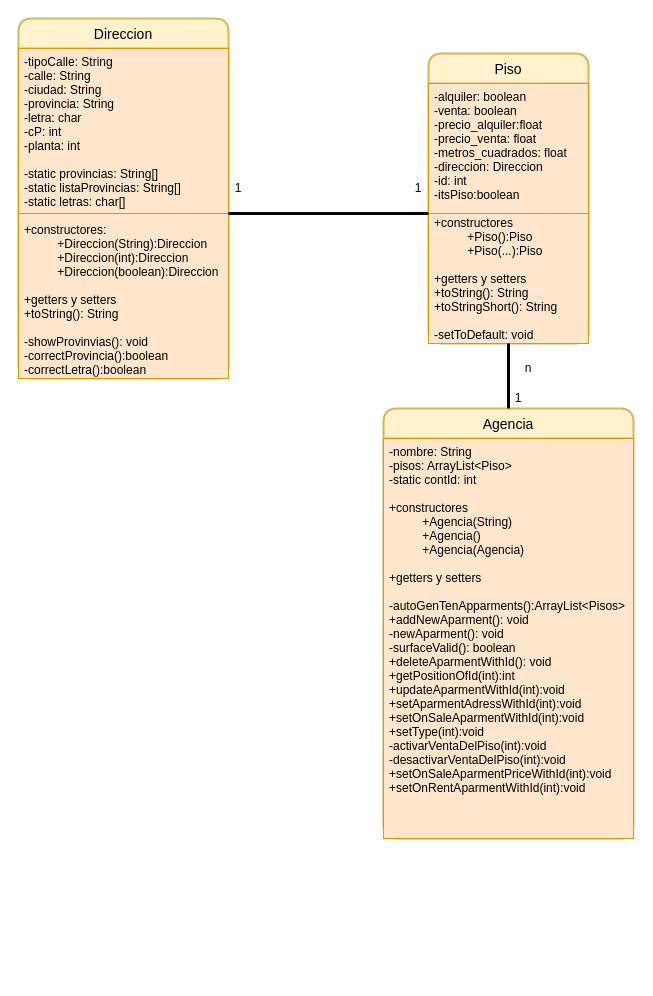
Before: PRO/pisos_picados/diagrama.drawio in AntonioCrespo2605/1DAM, a draw.io diagram. Source tidied: cells renumbered, new cells numbered last; positions are measured from the earlier drawing's top-left corner, leaving out a move shared by most shapes. Both pictures are drawn from the tidied source at 100%, with x=0, y=0 at pixel (18, 18).
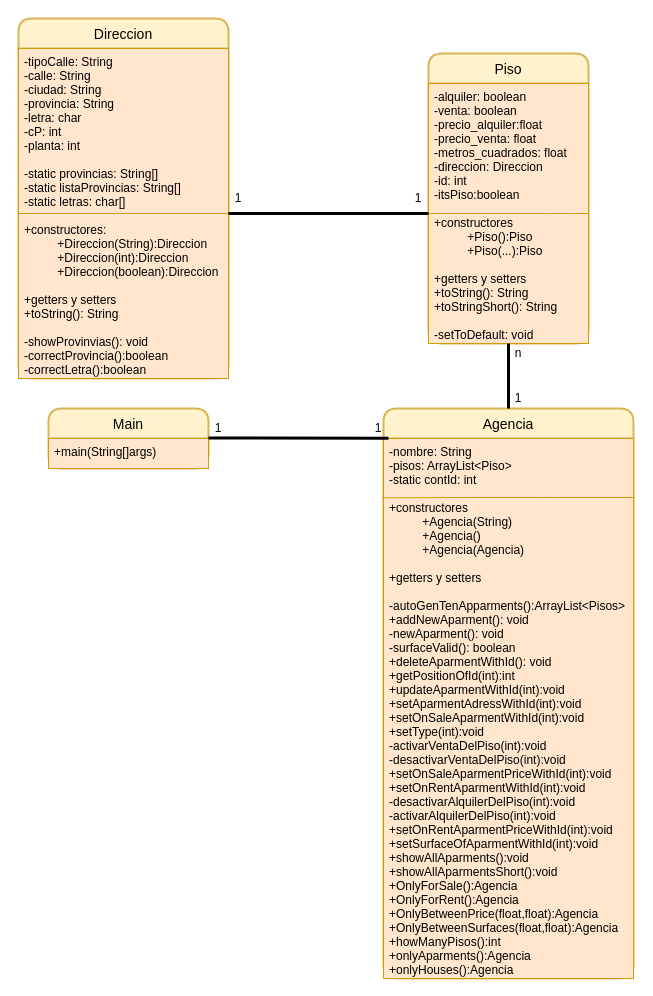
Above is the later version.

Diff of the diagram source:
```diff
@@
     <mxCell id="9" value="1" style="text;html=1;strokeColor=none;fillColor=none;align=center;verticalAlign=middle;whiteSpace=wrap;rounded=0;" parent="1" vertex="1">
-      <mxGeometry x="380" y="160" width="40" height="20" as="geometry" />
+      <mxGeometry x="380" y="170" width="40" height="20" as="geometry" />
     </mxCell>
     <mxCell id="10" value="Agencia" style="swimlane;horizontal=1;startSize=30;rounded=1;fontSize=14;fontStyle=0;strokeWidth=2;shadow=0;dashed=0;align=center;fillColor=#fff2cc;strokeColor=#d6b656;" parent="1" vertex="1">
-      <mxGeometry x="365" y="390" width="250" height="430" as="geometry" />
+      <mxGeometry x="365" y="390" width="250" height="570" as="geometry" />
     </mxCell>
+    <mxCell id="18" style="endArrow=none;html=1;exitX=0;exitY=0.5;exitDx=0;exitDy=0;fillColor=#ffe6cc;strokeColor=#d79b00;" parent="10" edge="1">
+      <mxGeometry relative="1" as="geometry">
+        <mxPoint y="90" as="sourcePoint" />
+        <mxPoint x="205" y="90" as="targetPoint" />
+      </mxGeometry>
+    </mxCell>
-    <mxCell id="11" value="-nombre: String&#10;-pisos: ArrayList&lt;Piso&gt;&#10;-static contId: int&#10;&#10;+constructores&#10;          +Agencia(String)&#10;          +Agencia()&#10;          +Agencia(Agencia)&#10;&#10;+getters y setters&#10;&#10;-autoGenTenApparments():ArrayList&lt;Pisos&gt;&#10;+addNewAparment(): void&#10;-newAparment(): void&#10;-surfaceValid(): boolean&#10;+deleteAparmentWithId(): void&#10;+getPositionOfId(int):int&#10;+updateAparmentWithId(int):void&#10;+setAparmentAdressWithId(int):void&#10;+setOnSaleAparmentWithId(int):void&#10;+setType(int):void&#10;-activarVentaDelPiso(int):void&#10;-desactivarVentaDelPiso(int):void&#10;+setOnSaleAparmentPriceWithId(int):void&#10;+setOnRentAparmentWithId(int):void&#10;&#10;" style="align=left;strokeColor=#d79b00;fillColor=#ffe6cc;spacingLeft=4;fontSize=12;verticalAlign=top;" parent="10" vertex="1">
-      <mxGeometry y="30" width="250" height="400" as="geometry" />
+    <mxCell id="11" value="-nombre: String&#10;-pisos: ArrayList&lt;Piso&gt;&#10;-static contId: int&#10;&#10;+constructores&#10;          +Agencia(String)&#10;          +Agencia()&#10;          +Agencia(Agencia)&#10;&#10;+getters y setters&#10;&#10;-autoGenTenApparments():ArrayList&lt;Pisos&gt;&#10;+addNewAparment(): void&#10;-newAparment(): void&#10;-surfaceValid(): boolean&#10;+deleteAparmentWithId(): void&#10;+getPositionOfId(int):int&#10;+updateAparmentWithId(int):void&#10;+setAparmentAdressWithId(int):void&#10;+setOnSaleAparmentWithId(int):void&#10;+setType(int):void&#10;-activarVentaDelPiso(int):void&#10;-desactivarVentaDelPiso(int):void&#10;+setOnSaleAparmentPriceWithId(int):void&#10;+setOnRentAparmentWithId(int):void&#10;-desactivarAlquilerDelPiso(int):void&#10;-activarAlquilerDelPiso(int):void&#10;+setOnRentAparmentPriceWithId(int):void&#10;+setSurfaceOfAparmentWithId(int):void&#10;+showAllAparments():void&#10;+showAllAparmentsShort():void&#10;+OnlyForSale():Agencia&#10;+OnlyForRent():Agencia&#10;+OnlyBetweenPrice(float,float):Agencia&#10;+OnlyBetweenSurfaces(float,float):Agencia&#10;+howManyPisos():int&#10;+onlyAparments():Agencia&#10;+onlyHouses():Agencia&#10;" style="align=left;strokeColor=#d79b00;fillColor=#ffe6cc;spacingLeft=4;fontSize=12;verticalAlign=top;" parent="10" vertex="1">
+      <mxGeometry y="30" width="250" height="540" as="geometry" />
     </mxCell>
+    <mxCell id="19" style="endArrow=none;html=1;fillColor=#ffe6cc;strokeColor=#d79b00;exitX=-0.007;exitY=0.11;exitDx=0;exitDy=0;exitPerimeter=0;" parent="10" edge="1" source="11">
+      <mxGeometry relative="1" as="geometry">
+        <mxPoint x="251" y="89" as="targetPoint" />
+        <Array as="points">
+          <mxPoint x="75" y="89" />
+          <mxPoint x="165" y="89" />
+        </Array>
+      </mxGeometry>
+    </mxCell>
@@
     <mxCell id="14" value="n" style="text;html=1;strokeColor=none;fillColor=none;align=center;verticalAlign=middle;whiteSpace=wrap;rounded=0;" parent="1" vertex="1">
-      <mxGeometry x="490" y="340" width="40" height="20" as="geometry" />
+      <mxGeometry x="480" y="325" width="40" height="20" as="geometry" />
     </mxCell>
     <mxCell id="15" value="1" style="text;html=1;strokeColor=none;fillColor=none;align=center;verticalAlign=middle;whiteSpace=wrap;rounded=0;" parent="1" vertex="1">
-      <mxGeometry x="200" y="160" width="40" height="20" as="geometry" />
+      <mxGeometry x="200" y="170" width="40" height="20" as="geometry" />
     </mxCell>
@@
+    <mxCell id="20" value="Main" style="swimlane;horizontal=1;startSize=30;rounded=1;fontSize=14;fontStyle=0;strokeWidth=2;shadow=0;dashed=0;align=center;fillColor=#fff2cc;strokeColor=#d6b656;" parent="1" vertex="1">
+      <mxGeometry x="30" y="390" width="160" height="60" as="geometry" />
+    </mxCell>
+    <mxCell id="21" value="+main(String[]args)" style="align=left;strokeColor=#d79b00;fillColor=#ffe6cc;spacingLeft=4;fontSize=12;verticalAlign=top;" parent="20" vertex="1">
+      <mxGeometry y="30" width="160" height="30" as="geometry" />
+    </mxCell>
+    <mxCell id="22" style="endArrow=none;html=1;strokeWidth=3;entryX=1;entryY=0.5;entryDx=0;entryDy=0;exitX=0.02;exitY=0.052;exitDx=0;exitDy=0;exitPerimeter=0;" parent="1" edge="1" source="10">
+      <mxGeometry relative="1" as="geometry">
+        <mxPoint x="190" y="419.5" as="targetPoint" />
+      </mxGeometry>
+    </mxCell>
+    <mxCell id="23" value="1" style="text;html=1;strokeColor=none;fillColor=none;align=center;verticalAlign=middle;whiteSpace=wrap;rounded=0;" parent="1" vertex="1">
+      <mxGeometry x="180" y="400" width="40" height="20" as="geometry" />
+    </mxCell>
+    <mxCell id="24" value="1" style="text;html=1;strokeColor=none;fillColor=none;align=center;verticalAlign=middle;whiteSpace=wrap;rounded=0;" parent="1" vertex="1">
+      <mxGeometry x="340" y="400" width="40" height="20" as="geometry" />
+    </mxCell>
```
